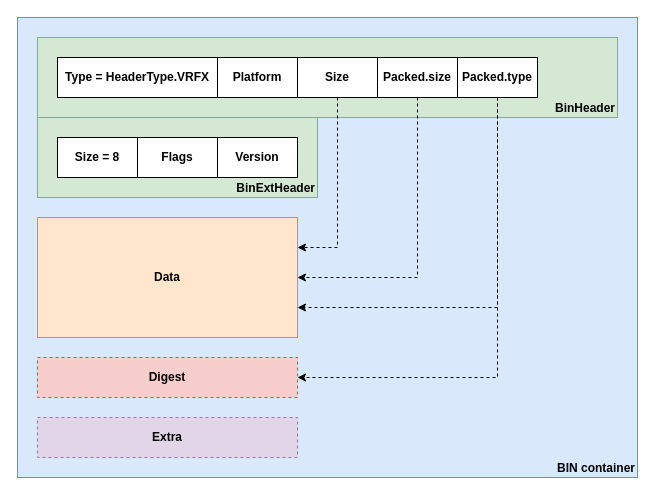
Earlier version of the draw.io diagram docs/source/diagrams/container_with_extended_header.drawio (kotiq/vromfs). Source tidied: cells renumbered, new cells numbered last; positions are measured from the earlier drawing's top-left corner, leaving out a move shared by most shapes. Both pictures are drawn from the tidied source at 100%, with x=0, y=0 at pixel (17, 17).
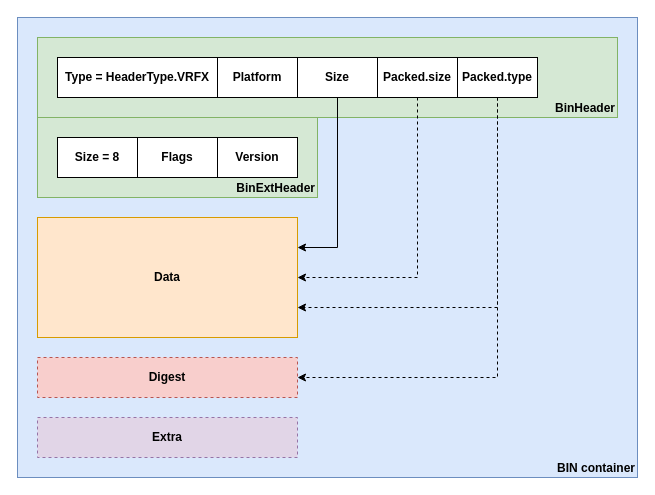
Above is the later version.

Commit message (it also covers changes not shown here):
[docs] Add VROMFS container description

The change refers to these unchanged cells:
```xml
<mxCell id="4" value="Data" style="rounded=0;whiteSpace=wrap;html=1;fillColor=#ffe6cc;strokeColor=#d79b00;fontStyle=1;verticalAlign=middle;align=center;" parent="1" vertex="1">
  <mxGeometry x="20" y="200" width="260" height="120" as="geometry" />
</mxCell>
<mxCell id="9" value="Size" style="rounded=0;whiteSpace=wrap;html=1;fontStyle=1;" parent="1" vertex="1">
  <mxGeometry x="280" y="40" width="80" height="40" as="geometry" />
</mxCell>
```

Diff of the diagram source:
```diff
@@
-    <mxCell id="12" style="endArrow=classic;html=1;rounded=0;exitX=0.5;exitY=1;exitDx=0;exitDy=0;entryX=1;entryY=0.25;entryDx=0;entryDy=0;dashed=1;" parent="1" edge="1" source="9" target="4">
+    <mxCell id="12" style="endArrow=classic;html=1;rounded=0;exitX=0.5;exitY=1;exitDx=0;exitDy=0;entryX=1;entryY=0.25;entryDx=0;entryDy=0;" parent="1" edge="1" source="9" target="4">
       <mxGeometry relative="1" as="geometry">
         <Array as="points">
           <mxPoint x="320" y="230" />
         </Array>
       </mxGeometry>
     </mxCell>
```
